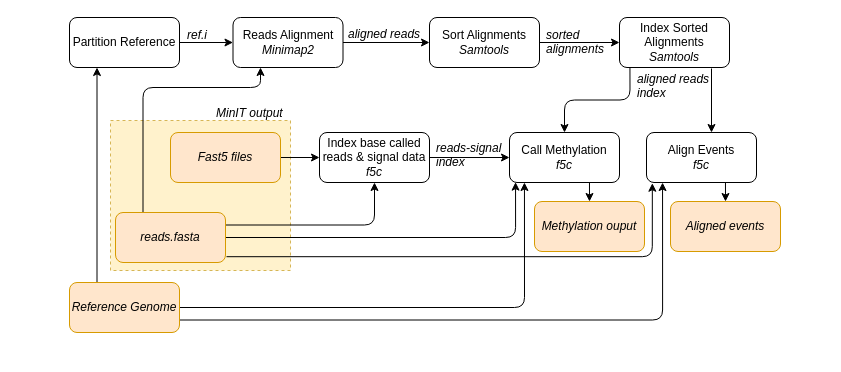
The draw.io diagram page "Pipeline_graph" (7 of 8) of server_mobile_connection.drawio in hiruna72/f5n, before the edit. Source tidied: cells renumbered, new cells numbered last; positions are measured from the earlier drawing's top-left corner, leaving out a move shared by most shapes. Both pictures are drawn from the tidied source at 100%, with x=0, y=0 at pixel (69, 17).
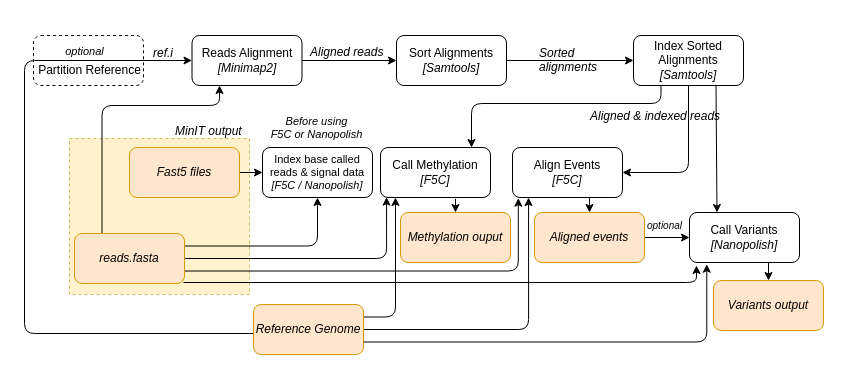
The same diagram, later.

Diff of the diagram source:
```diff
@@
+    <mxCell id="4" style="rounded=1;whiteSpace=wrap;html=1;dashed=1;align=center;" parent="1" vertex="1">
+      <mxGeometry x="-36" y="18" width="110" height="50" as="geometry" />
+    </mxCell>
     <mxCell id="2" style="rounded=0;whiteSpace=wrap;html=1;dashed=1;fillColor=#fff2cc;strokeColor=#d6b656;" parent="1" vertex="1">
-      <mxGeometry x="41" y="103" width="180" height="150" as="geometry" />
+      <mxGeometry y="121" width="180" height="156" as="geometry" />
     </mxCell>
-    <mxCell id="3" style="edgeStyle=orthogonalEdgeStyle;rounded=0;jettySize=auto;html=1;exitX=1;exitY=0.5;exitDx=0;exitDy=0;entryX=0;entryY=0.5;entryDx=0;entryDy=0;" parent="1" edge="1" source="4" target="17">
-      <mxGeometry relative="1" as="geometry" />
+    <mxCell id="3" style="edgeStyle=orthogonalEdgeStyle;rounded=1;jettySize=auto;html=1;exitX=0;exitY=0.58;exitDx=0;exitDy=0;entryX=0;entryY=0.5;entryDx=0;entryDy=0;exitPerimeter=0;" parent="1" edge="1" source="8" target="17">
+      <mxGeometry relative="1" as="geometry">
+        <Array as="points">
+          <mxPoint x="-45" y="316" />
+          <mxPoint x="-45" y="43" />
+        </Array>
+      </mxGeometry>
     </mxCell>
-    <mxCell id="4" value="Partition Reference" style="rounded=1;whiteSpace=wrap;html=1;" parent="1" vertex="1">
-      <mxGeometry width="110" height="50" as="geometry" />
-    </mxCell>
-    <mxCell id="5" style="edgeStyle=orthogonalEdgeStyle;rounded=1;jettySize=auto;html=1;exitX=0.25;exitY=0;exitDx=0;exitDy=0;entryX=0.25;entryY=1;entryDx=0;entryDy=0;" parent="1" edge="1" source="8" target="4">
-      <mxGeometry relative="1" as="geometry" />
-    </mxCell>
-    <mxCell id="6" style="edgeStyle=orthogonalEdgeStyle;rounded=1;jettySize=auto;html=1;exitX=1;exitY=0.75;exitDx=0;exitDy=0;entryX=0.146;entryY=1.001;entryDx=0;entryDy=0;entryPerimeter=0;" parent="1" edge="1" source="8" target="33">
+    <mxCell id="6" style="edgeStyle=orthogonalEdgeStyle;rounded=1;jettySize=auto;html=1;exitX=1;exitY=0.5;exitDx=0;exitDy=0;entryX=0.146;entryY=1.001;entryDx=0;entryDy=0;entryPerimeter=0;" parent="1" edge="1" source="8" target="33">
       <mxGeometry relative="1" as="geometry" />
     </mxCell>
-    <mxCell id="7" style="edgeStyle=orthogonalEdgeStyle;rounded=1;jettySize=auto;html=1;exitX=1;exitY=0.5;exitDx=0;exitDy=0;entryX=0.136;entryY=1;entryDx=0;entryDy=0;entryPerimeter=0;" parent="1" edge="1" source="8" target="29">
+    <mxCell id="7" style="edgeStyle=orthogonalEdgeStyle;rounded=1;jettySize=auto;html=1;exitX=1;exitY=0.25;exitDx=0;exitDy=0;entryX=0.136;entryY=1;entryDx=0;entryDy=0;entryPerimeter=0;" parent="1" edge="1" source="8" target="29">
       <mxGeometry relative="1" as="geometry" />
     </mxCell>
     <mxCell id="8" value="&lt;i&gt;Reference Genome&lt;/i&gt;" style="rounded=1;whiteSpace=wrap;html=1;fillColor=#ffe6cc;strokeColor=#d79b00;" parent="1" vertex="1">
-      <mxGeometry y="265" width="110" height="50" as="geometry" />
+      <mxGeometry x="184" y="287" width="110" height="50" as="geometry" />
     </mxCell>
@@
     <mxCell id="10" value="&lt;i&gt;Fast5 files&lt;/i&gt;" style="rounded=1;whiteSpace=wrap;html=1;fillColor=#ffe6cc;strokeColor=#d79b00;" parent="1" vertex="1">
-      <mxGeometry x="101" y="115" width="110" height="50" as="geometry" />
+      <mxGeometry x="60" y="130" width="110" height="50" as="geometry" />
     </mxCell>
     <mxCell id="11" style="edgeStyle=orthogonalEdgeStyle;rounded=1;jettySize=auto;html=1;exitX=0.25;exitY=0;exitDx=0;exitDy=0;entryX=0.25;entryY=1;entryDx=0;entryDy=0;" parent="1" edge="1" source="15" target="17">
       <mxGeometry relative="1" as="geometry">
         <Array as="points">
-          <mxPoint x="73" y="70" />
-          <mxPoint x="191" y="70" />
+          <mxPoint x="32" y="88" />
+          <mxPoint x="150" y="88" />
         </Array>
       </mxGeometry>
     </mxCell>
@@
-    <mxCell id="13" style="edgeStyle=orthogonalEdgeStyle;rounded=1;jettySize=auto;html=1;exitX=1.009;exitY=0.884;exitDx=0;exitDy=0;entryX=0.053;entryY=1.015;entryDx=0;entryDy=0;entryPerimeter=0;exitPerimeter=0;" parent="1" edge="1" source="15" target="33">
+    <mxCell id="13" style="edgeStyle=orthogonalEdgeStyle;rounded=1;jettySize=auto;html=1;exitX=1;exitY=0.75;exitDx=0;exitDy=0;entryX=0.053;entryY=1.015;entryDx=0;entryDy=0;entryPerimeter=0;" parent="1" edge="1" source="15" target="33">
       <mxGeometry relative="1" as="geometry" />
     </mxCell>
@@
     <mxCell id="15" value="&lt;i&gt;reads.fasta&lt;/i&gt;" style="rounded=1;whiteSpace=wrap;html=1;fillColor=#ffe6cc;strokeColor=#d79b00;" parent="1" vertex="1">
-      <mxGeometry x="46" y="195" width="110" height="50" as="geometry" />
+      <mxGeometry x="5" y="216" width="110" height="50" as="geometry" />
     </mxCell>
@@
-    <mxCell id="17" value="&lt;div align=&quot;center&quot;&gt;Reads Alignment&lt;/div&gt;&lt;div align=&quot;center&quot;&gt;&lt;i&gt;Minimap2&lt;/i&gt;&lt;br&gt;&lt;/div&gt;" style="rounded=1;whiteSpace=wrap;html=1;align=center;" parent="1" vertex="1">
-      <mxGeometry x="163.5" width="110" height="50" as="geometry" />
+    <mxCell id="17" value="&lt;div align=&quot;center&quot;&gt;Reads Alignment&lt;/div&gt;&lt;div align=&quot;center&quot;&gt;&lt;i&gt;[Minimap2]&lt;/i&gt;&lt;br&gt;&lt;/div&gt;" style="rounded=1;whiteSpace=wrap;html=1;align=center;" parent="1" vertex="1">
+      <mxGeometry x="122.5" y="18" width="110" height="50" as="geometry" />
     </mxCell>
     <mxCell id="18" value="&lt;i&gt;ref.i&lt;/i&gt;" style="text;html=1;align=left;verticalAlign=top;spacingTop=-4;" parent="1" vertex="1">
-      <mxGeometry x="116" y="8" width="40" height="20" as="geometry" />
+      <mxGeometry x="82" y="26" width="40" height="20" as="geometry" />
     </mxCell>
@@
-    <mxCell id="20" value="Sort Alignments&lt;br&gt;&lt;div&gt;&lt;i&gt;Samtools&lt;/i&gt;&lt;br&gt;&lt;/div&gt;" style="rounded=1;whiteSpace=wrap;html=1;" parent="1" vertex="1">
-      <mxGeometry x="360" width="110" height="50" as="geometry" />
+    <mxCell id="20" value="Sort Alignments&lt;br&gt;&lt;div&gt;&lt;i&gt;[Samtools]&lt;br&gt;&lt;/i&gt;&lt;/div&gt;" style="rounded=1;whiteSpace=wrap;html=1;" parent="1" vertex="1">
+      <mxGeometry x="327" y="18" width="110" height="50" as="geometry" />
     </mxCell>
-    <mxCell id="21" value="&lt;div&gt;&lt;i&gt;aligned reads&lt;/i&gt;&lt;/div&gt;" style="text;html=1;align=left;verticalAlign=top;spacingTop=-4;" parent="1" vertex="1">
-      <mxGeometry x="277" y="7" width="90" height="20" as="geometry" />
+    <mxCell id="21" value="&lt;div&gt;&lt;i&gt;Aligned reads&lt;/i&gt;&lt;/div&gt;" style="text;html=1;align=left;verticalAlign=top;spacingTop=-4;" parent="1" vertex="1">
+      <mxGeometry x="239" y="25" width="83" height="14" as="geometry" />
     </mxCell>
-    <mxCell id="22" style="edgeStyle=orthogonalEdgeStyle;rounded=1;jettySize=auto;html=1;exitX=0.095;exitY=0.977;exitDx=0;exitDy=0;entryX=0.5;entryY=0;entryDx=0;entryDy=0;exitPerimeter=0;" parent="1" edge="1" source="24" target="29">
-      <mxGeometry relative="1" as="geometry" />
+    <mxCell id="22" style="edgeStyle=orthogonalEdgeStyle;rounded=1;jettySize=auto;html=1;exitX=0.25;exitY=1;exitDx=0;exitDy=0;" parent="1" edge="1" source="24" target="29">
+      <mxGeometry relative="1" as="geometry">
+        <Array as="points">
+          <mxPoint x="592" y="86" />
+          <mxPoint x="402" y="86" />
+        </Array>
+      </mxGeometry>
     </mxCell>
-    <mxCell id="23" style="edgeStyle=orthogonalEdgeStyle;rounded=0;orthogonalLoop=1;jettySize=auto;html=1;entryX=0.691;entryY=0;entryDx=0;entryDy=0;entryPerimeter=0;" parent="1" edge="1">
-      <mxGeometry relative="1" as="geometry">
-        <mxPoint x="642" y="51" as="sourcePoint" />
-        <mxPoint x="642" y="115" as="targetPoint" />
-      </mxGeometry>
-    </mxCell>
-    <mxCell id="24" value="Index Sorted Alignments&lt;br&gt;&lt;div&gt;&lt;i&gt;Samtools&lt;/i&gt;&lt;br&gt;&lt;/div&gt;" style="rounded=1;whiteSpace=wrap;html=1;" parent="1" vertex="1">
-      <mxGeometry x="550" width="110" height="50" as="geometry" />
+    <mxCell id="24" value="Index Sorted Alignments&lt;br&gt;&lt;div&gt;&lt;i&gt;[Samtools]&lt;br&gt;&lt;/i&gt;&lt;/div&gt;" style="rounded=1;whiteSpace=wrap;html=1;" parent="1" vertex="1">
+      <mxGeometry x="564" y="18" width="110" height="50" as="geometry" />
     </mxCell>
-    <mxCell id="25" value="&lt;div&gt;&lt;i&gt;sorted&lt;/i&gt;&lt;/div&gt;&lt;div&gt;&lt;i&gt; alignments&lt;/i&gt;&lt;/div&gt;" style="text;html=1;align=left;verticalAlign=top;spacingTop=-4;" parent="1" vertex="1">
-      <mxGeometry x="475" y="8" width="70" height="30" as="geometry" />
+    <mxCell id="25" value="&lt;div&gt;&lt;i&gt;Sorted&lt;/i&gt;&lt;/div&gt;&lt;div&gt;&lt;i&gt; alignments&lt;/i&gt;&lt;/div&gt;" style="text;html=1;align=left;verticalAlign=top;spacingTop=-4;" parent="1" vertex="1">
+      <mxGeometry x="468" y="26" width="68" height="28" as="geometry" />
     </mxCell>
-    <mxCell id="26" style="edgeStyle=orthogonalEdgeStyle;rounded=1;jettySize=auto;html=1;exitX=1;exitY=0.5;exitDx=0;exitDy=0;entryX=0;entryY=0.5;entryDx=0;entryDy=0;" parent="1" edge="1" source="27" target="29">
-      <mxGeometry relative="1" as="geometry" />
-    </mxCell>
-    <mxCell id="27" value="&lt;div&gt;Index base called reads &amp;amp; signal data&lt;/div&gt;&lt;div&gt;&lt;i&gt;f5c&lt;/i&gt;&lt;br&gt;&lt;/div&gt;" style="rounded=1;whiteSpace=wrap;html=1;" parent="1" vertex="1">
-      <mxGeometry x="250" y="115" width="110" height="50" as="geometry" />
+    <mxCell id="27" value="&lt;div style=&quot;font-size: 11px&quot;&gt;&lt;font style=&quot;font-size: 11px&quot;&gt;Index base called reads &amp;amp; signal data&lt;/font&gt;&lt;/div&gt;&lt;div style=&quot;font-size: 11px&quot;&gt;&lt;font style=&quot;font-size: 11px&quot;&gt;&lt;i&gt;[F5C / Nanopolish&lt;/i&gt;&lt;/font&gt;&lt;i&gt;]&lt;/i&gt;&lt;/div&gt;" style="rounded=1;whiteSpace=wrap;html=1;" parent="1" vertex="1">
+      <mxGeometry x="193" y="130" width="110" height="50" as="geometry" />
     </mxCell>
-    <mxCell id="28" style="edgeStyle=orthogonalEdgeStyle;rounded=0;jettySize=auto;html=1;exitX=0.727;exitY=1.006;exitDx=0;exitDy=0;entryX=0.5;entryY=0;entryDx=0;entryDy=0;exitPerimeter=0;" parent="1" edge="1" source="29" target="35">
+    <mxCell id="28" style="edgeStyle=orthogonalEdgeStyle;rounded=0;jettySize=auto;html=1;exitX=0.682;exitY=1.028;exitDx=0;exitDy=0;entryX=0.5;entryY=0;entryDx=0;entryDy=0;exitPerimeter=0;" parent="1" edge="1" source="29" target="35">
       <mxGeometry relative="1" as="geometry" />
     </mxCell>
-    <mxCell id="29" value="&lt;div&gt;Call Methylation &lt;br&gt;&lt;/div&gt;&lt;div&gt;&lt;i&gt;f5c&lt;/i&gt;&lt;/div&gt;" style="rounded=1;whiteSpace=wrap;html=1;" parent="1" vertex="1">
-      <mxGeometry x="440" y="115" width="110" height="50" as="geometry" />
+    <mxCell id="29" value="&lt;div&gt;Call Methylation &lt;br&gt;&lt;/div&gt;&lt;i&gt;[F5C]&lt;/i&gt;" style="rounded=1;whiteSpace=wrap;html=1;" parent="1" vertex="1">
+      <mxGeometry x="311" y="130" width="110" height="50" as="geometry" />
     </mxCell>
-    <mxCell id="30" value="&lt;div&gt;&lt;i&gt;reads-signal&lt;/i&gt;&lt;/div&gt;&lt;div&gt;&lt;i&gt;index&lt;br&gt;&lt;/i&gt;&lt;/div&gt;" style="text;html=1;align=left;verticalAlign=top;spacingTop=-4;" parent="1" vertex="1">
-      <mxGeometry x="365" y="121" width="80" height="30" as="geometry" />
-    </mxCell>
-    <mxCell id="31" value="&lt;div&gt;&lt;i&gt;aligned reads&lt;/i&gt;&lt;/div&gt;&lt;div&gt;&lt;i&gt;index&lt;br&gt;&lt;/i&gt;&lt;/div&gt;" style="text;html=1;align=left;verticalAlign=top;spacingTop=-4;" parent="1" vertex="1">
-      <mxGeometry x="566" y="52" width="90" height="30" as="geometry" />
-    </mxCell>
@@
-    <mxCell id="33" value="&lt;div&gt;Align Events&lt;/div&gt;&lt;div&gt;&lt;i&gt;f5c&lt;/i&gt;&lt;/div&gt;" style="rounded=1;whiteSpace=wrap;html=1;" parent="1" vertex="1">
-      <mxGeometry x="577" y="115" width="110" height="50" as="geometry" />
+    <mxCell id="33" value="&lt;div&gt;Align Events&lt;/div&gt;&lt;i&gt;[F5C]&lt;/i&gt;" style="rounded=1;whiteSpace=wrap;html=1;" parent="1" vertex="1">
+      <mxGeometry x="443" y="130" width="110" height="50" as="geometry" />
     </mxCell>
     <mxCell id="34" value="&lt;i&gt;MinIT output&lt;/i&gt;" style="text;html=1;align=left;verticalAlign=top;spacingTop=-4;" parent="1" vertex="1">
-      <mxGeometry x="145" y="86" width="80" height="20" as="geometry" />
+      <mxGeometry x="104" y="104" width="80" height="20" as="geometry" />
     </mxCell>
     <mxCell id="35" value="&lt;i&gt;Methylation ouput&lt;/i&gt;" style="rounded=1;whiteSpace=wrap;html=1;fillColor=#ffe6cc;strokeColor=#d79b00;" parent="1" vertex="1">
-      <mxGeometry x="465" y="184" width="110" height="50" as="geometry" />
+      <mxGeometry x="331" y="195" width="110" height="50" as="geometry" />
     </mxCell>
+    <mxCell id="37" style="edgeStyle=orthogonalEdgeStyle;rounded=0;jettySize=auto;html=1;exitX=1;exitY=0.5;exitDx=0;exitDy=0;entryX=0;entryY=0.5;entryDx=0;entryDy=0;" parent="1" edge="1" source="36" target="40">
+      <mxGeometry relative="1" as="geometry" />
+    </mxCell>
     <mxCell id="36" value="&lt;i&gt;Aligned events&lt;/i&gt;" style="rounded=1;whiteSpace=wrap;html=1;fillColor=#ffe6cc;strokeColor=#d79b00;" parent="1" vertex="1">
-      <mxGeometry x="601" y="184" width="110" height="50" as="geometry" />
+      <mxGeometry x="465" y="195" width="110" height="50" as="geometry" />
     </mxCell>
+    <mxCell id="38" value="&lt;i&gt;Variants output&lt;br&gt;&lt;/i&gt;" style="rounded=1;whiteSpace=wrap;html=1;fillColor=#ffe6cc;strokeColor=#d79b00;" parent="1" vertex="1">
+      <mxGeometry x="644" y="263" width="110" height="50" as="geometry" />
+    </mxCell>
+    <mxCell id="39" style="edgeStyle=orthogonalEdgeStyle;rounded=0;jettySize=auto;html=1;exitX=0.75;exitY=1;exitDx=0;exitDy=0;entryX=0.5;entryY=0;entryDx=0;entryDy=0;" parent="1" edge="1" source="40" target="38">
+      <mxGeometry relative="1" as="geometry" />
+    </mxCell>
+    <mxCell id="40" value="&lt;div&gt;Call Variants&lt;/div&gt;&lt;div&gt;&lt;i&gt;[Nanopolish]&lt;/i&gt;&lt;/div&gt;" style="rounded=1;whiteSpace=wrap;html=1;" parent="1" vertex="1">
+      <mxGeometry x="620" y="195" width="110" height="50" as="geometry" />
+    </mxCell>
+    <mxCell id="41" style="edgeStyle=orthogonalEdgeStyle;rounded=1;jettySize=auto;html=1;exitX=1;exitY=0.75;exitDx=0;exitDy=0;entryX=0.157;entryY=1.034;entryDx=0;entryDy=0;entryPerimeter=0;" parent="1" edge="1" source="8" target="40">
+      <mxGeometry relative="1" as="geometry" />
+    </mxCell>
+    <mxCell id="42" style="edgeStyle=orthogonalEdgeStyle;rounded=1;orthogonalLoop=1;jettySize=auto;html=1;" parent="1" edge="1">
+      <mxGeometry relative="1" as="geometry">
+        <mxPoint x="114" y="265" as="sourcePoint" />
+        <mxPoint x="627" y="248" as="targetPoint" />
+        <Array as="points">
+          <mxPoint x="114" y="265" />
+          <mxPoint x="627" y="265" />
+        </Array>
+      </mxGeometry>
+    </mxCell>
+    <mxCell id="43" style="endArrow=classic;html=1;exitX=0.75;exitY=1;exitDx=0;exitDy=0;entryX=0.25;entryY=0;entryDx=0;entryDy=0;" parent="1" edge="1" source="24" target="40">
+      <mxGeometry relative="1" as="geometry" />
+    </mxCell>
+    <mxCell id="44" value="&lt;div style=&quot;font-size: 11px&quot; align=&quot;center&quot;&gt;&lt;font style=&quot;font-size: 11px&quot;&gt;&lt;i&gt;&lt;font style=&quot;font-size: 11px&quot;&gt;Before using &lt;br&gt;&lt;/font&gt;&lt;/i&gt;&lt;/font&gt;&lt;/div&gt;&lt;div style=&quot;font-size: 11px&quot; align=&quot;center&quot;&gt;&lt;font style=&quot;font-size: 11px&quot;&gt;&lt;i&gt;&lt;font style=&quot;font-size: 11px&quot;&gt;F5C or Nanopolish&lt;/font&gt;&lt;/i&gt;&lt;/font&gt;&lt;/div&gt;" style="text;html=1;align=center;verticalAlign=top;spacingTop=-4;" parent="1" vertex="1">
+      <mxGeometry x="196" y="95" width="102" height="28" as="geometry" />
+    </mxCell>
+    <mxCell id="45" value="&lt;font style=&quot;font-size: 10px&quot;&gt;&lt;i&gt;optional&lt;/i&gt;&lt;/font&gt;" style="text;html=1;align=center;verticalAlign=top;spacingTop=-4;" parent="1" vertex="1">
+      <mxGeometry x="572" y="198" width="45" height="15" as="geometry" />
+    </mxCell>
+    <mxCell id="46" style="edgeStyle=orthogonalEdgeStyle;rounded=1;jettySize=auto;html=1;exitX=0.5;exitY=1;exitDx=0;exitDy=0;entryX=1;entryY=0.5;entryDx=0;entryDy=0;" parent="1" edge="1" source="24" target="33">
+      <mxGeometry relative="1" as="geometry">
+        <Array as="points">
+          <mxPoint x="619" y="155" />
+        </Array>
+      </mxGeometry>
+    </mxCell>
+    <mxCell id="47" value="&lt;div&gt;&lt;i&gt;Aligned &amp;amp; indexed reads&lt;/i&gt;&lt;/div&gt;" style="text;html=1;align=left;verticalAlign=top;spacingTop=-4;" parent="1" vertex="1">
+      <mxGeometry x="519" y="89" width="140" height="14" as="geometry" />
+    </mxCell>
+    <mxCell id="48" value="&lt;font style=&quot;font-size: 11px&quot;&gt;&lt;i&gt;optional&lt;/i&gt;&lt;/font&gt;" style="text;html=1;align=center;verticalAlign=top;spacingTop=-4;" parent="1" vertex="1">
+      <mxGeometry x="-10" y="24" width="49" height="15" as="geometry" />
+    </mxCell>
+    <mxCell id="49" value="&lt;div align=&quot;center&quot;&gt;Partition Reference&lt;/div&gt;" style="text;html=1;align=center;verticalAlign=top;spacingTop=-4;" parent="1" vertex="1">
+      <mxGeometry x="-37" y="43" width="113" height="14" as="geometry" />
+    </mxCell>
```
